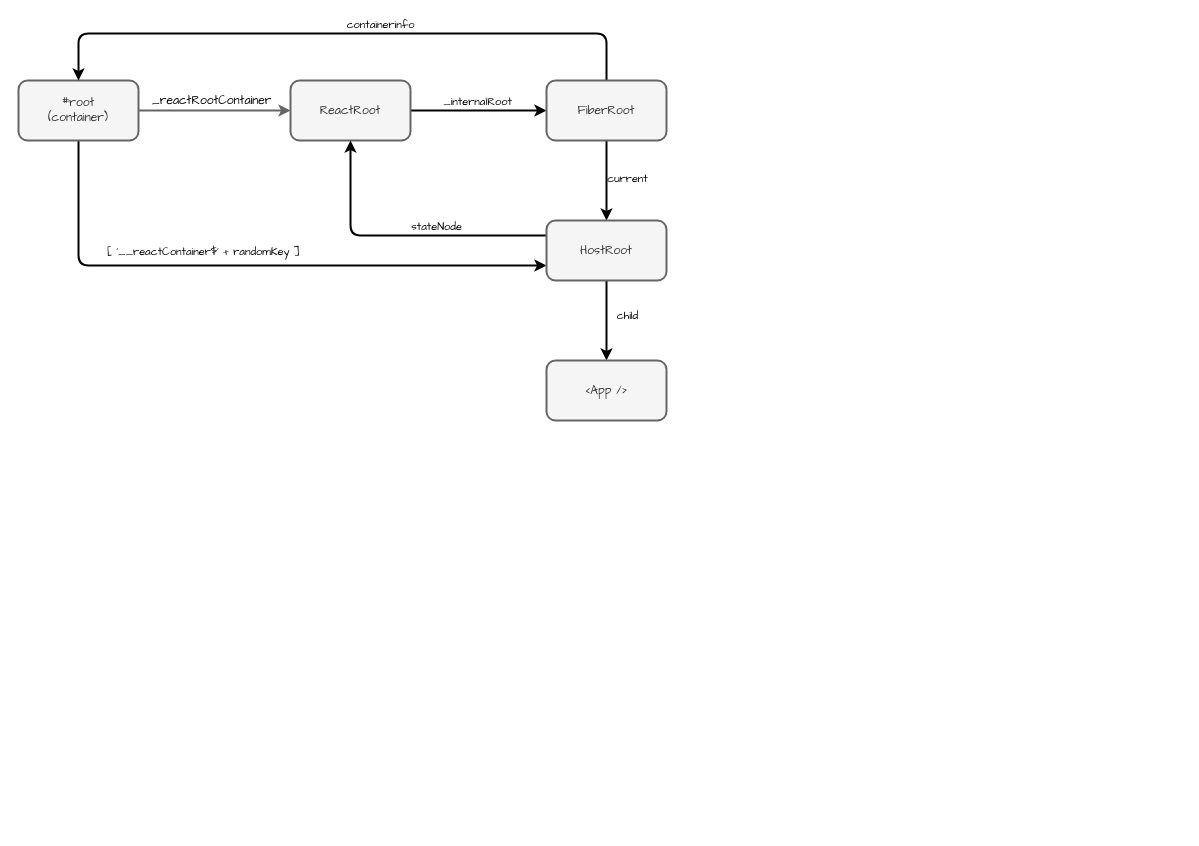
Before: struct.dio in EnjoyNaive/react, a draw.io diagram. Source tidied: cells renumbered, new cells numbered last; positions are measured from the earlier drawing's top-left corner, leaving out a move shared by most shapes. Both pictures are drawn from the tidied source at 100%, with x=0, y=0 at pixel (18, 33).
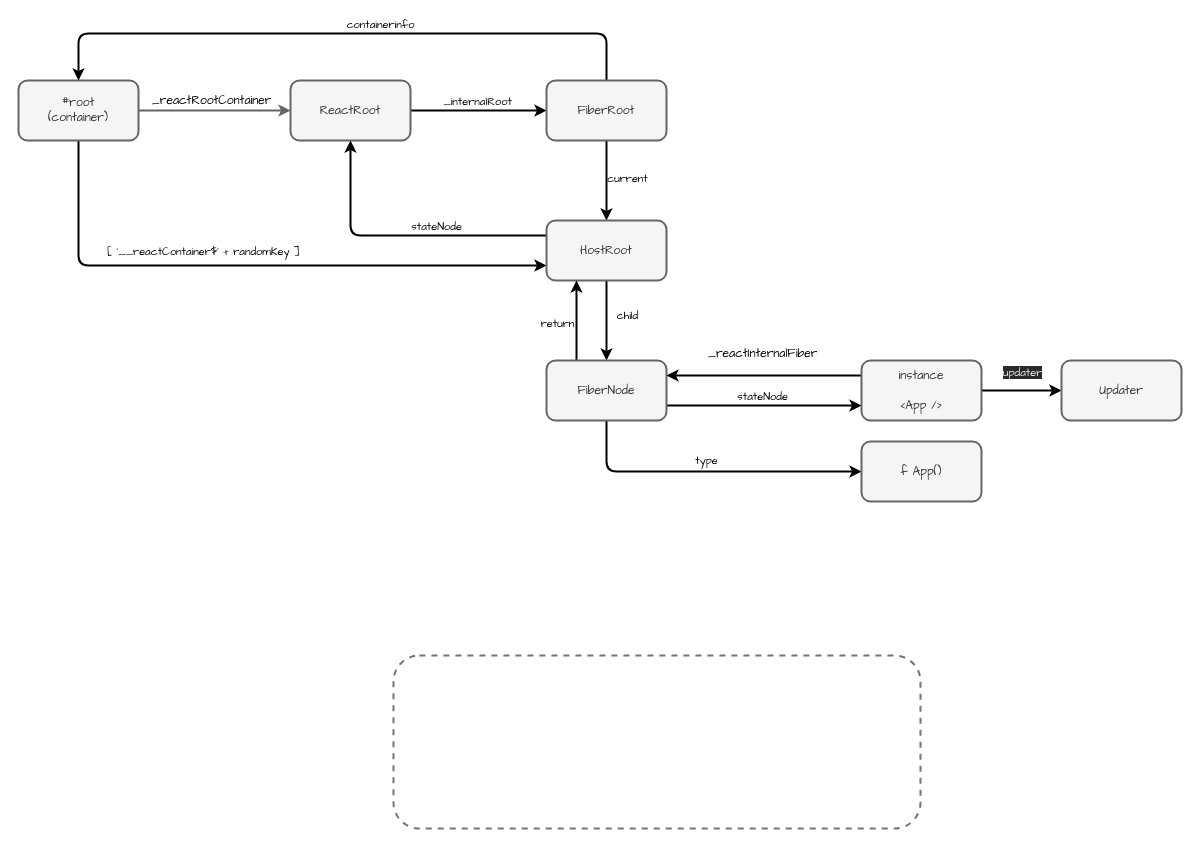
After the change.

Unchanged cells that the change refers to:
```xml
<mxCell id="19" value="&lt;div style=&quot;line-height: 30px&quot;&gt;HostRoot&lt;/div&gt;" style="rounded=1;whiteSpace=wrap;html=1;strokeWidth=2;fillColor=#f5f5f5;strokeColor=#666666;fontColor=#333333;fontFamily=Comic Sans MS;" parent="1" vertex="1">
  <mxGeometry x="528" y="187" width="120" height="60" as="geometry" />
</mxCell>
```

Diff of the diagram source:
```diff
@@
+    <mxCell id="21" style="edgeStyle=orthogonalEdgeStyle;rounded=1;jettySize=auto;html=1;fontFamily=Comic Sans MS;strokeColor=#000000;strokeWidth=2;exitX=1;exitY=0.75;exitDx=0;exitDy=0;entryX=0;entryY=0.75;entryDx=0;entryDy=0;" parent="1" edge="1" source="20" target="28">
+      <mxGeometry relative="1" as="geometry" />
+    </mxCell>
+    <mxCell id="22" value="stateNode" style="edgeLabel;html=1;align=center;verticalAlign=middle;fontFamily=Comic Sans MS;fontColor=#000000;labelBackgroundColor=none;" parent="21" vertex="1">
+      <mxGeometry x="-0.03" y="2" relative="1" as="geometry">
+        <mxPoint y="-8" as="offset" />
+      </mxGeometry>
+    </mxCell>
+    <mxCell id="23" value="return" style="edgeStyle=orthogonalEdgeStyle;jettySize=auto;html=1;exitX=0.25;exitY=0;exitDx=0;exitDy=0;entryX=0.25;entryY=1;entryDx=0;entryDy=0;fontFamily=Comic Sans MS;strokeColor=#000000;fontColor=#000000;fillColor=none;gradientColor=none;labelBackgroundColor=none;strokeWidth=2;" parent="1" edge="1" source="20" target="19">
+      <mxGeometry x="-0.07" y="19" relative="1" as="geometry" />
+    </mxCell>
+    <mxCell id="24" value="type" style="edgeStyle=orthogonalEdgeStyle;jettySize=auto;html=1;labelBackgroundColor=none;strokeColor=#000000;strokeWidth=2;fontFamily=Comic Sans MS;fontColor=#000000;entryX=0;entryY=0.5;entryDx=0;entryDy=0;" parent="1" edge="1" source="20" target="25">
+      <mxGeometry x="-0.01" y="11" relative="1" as="geometry">
+        <Array as="points">
+          <mxPoint x="588" y="438" />
+        </Array>
+      </mxGeometry>
+    </mxCell>
-    <mxCell id="20" value="&lt;div style=&quot;line-height: 30px&quot;&gt;&amp;lt;App /&amp;gt;&lt;/div&gt;" style="rounded=1;whiteSpace=wrap;html=1;strokeWidth=2;fillColor=#f5f5f5;strokeColor=#666666;fontColor=#333333;fontFamily=Comic Sans MS;" parent="1" vertex="1">
+    <mxCell id="20" value="&lt;div style=&quot;line-height: 30px&quot;&gt;FiberNode&lt;/div&gt;" style="rounded=1;whiteSpace=wrap;html=1;strokeWidth=2;fillColor=#f5f5f5;strokeColor=#666666;fontColor=#333333;fontFamily=Comic Sans MS;" parent="1" vertex="1">
       <mxGeometry x="528" y="327" width="120" height="60" as="geometry" />
     </mxCell>
+    <mxCell id="25" value="&lt;div style=&quot;line-height: 30px&quot;&gt;f App()&lt;/div&gt;" style="rounded=1;whiteSpace=wrap;html=1;strokeWidth=2;fillColor=#f5f5f5;strokeColor=#666666;fontColor=#333333;fontFamily=Comic Sans MS;" parent="1" vertex="1">
+      <mxGeometry x="843" y="408" width="120" height="60" as="geometry" />
+    </mxCell>
+    <mxCell id="26" value="&lt;div style=&quot;color: rgb(0 , 0 , 0) ; background-color: rgb(255 , 255 , 255) ; font-size: 12px ; line-height: 30px&quot;&gt;_reactInternalFiber&lt;/div&gt;" style="edgeStyle=orthogonalEdgeStyle;rounded=1;jettySize=auto;html=1;exitX=0;exitY=0.25;exitDx=0;exitDy=0;entryX=1;entryY=0.25;entryDx=0;entryDy=0;fontFamily=Comic Sans MS;strokeColor=#000000;strokeWidth=2;" parent="1" edge="1" source="28" target="20">
+      <mxGeometry x="0.02" y="-22" relative="1" as="geometry">
+        <Array as="points">
+          <mxPoint x="744" y="342" />
+          <mxPoint x="744" y="342" />
+        </Array>
+      </mxGeometry>
+    </mxCell>
+    <mxCell id="27" value="updater" style="edgeStyle=orthogonalEdgeStyle;rounded=1;jettySize=auto;html=1;strokeColor=#000000;strokeWidth=2;labelBackgroundColor=#2a2a2a;fontColor=#f0f0f0;fontFamily=Comic Sans MS;" parent="1" edge="1" source="28" target="29">
+      <mxGeometry x="0.03" y="18" relative="1" as="geometry" />
+    </mxCell>
+    <mxCell id="28" value="&lt;div style=&quot;line-height: 30px&quot;&gt;instance&lt;/div&gt;&lt;div style=&quot;line-height: 30px&quot;&gt;&amp;lt;App /&amp;gt;&lt;/div&gt;" style="rounded=1;whiteSpace=wrap;html=1;strokeWidth=2;fillColor=#f5f5f5;strokeColor=#666666;fontColor=#333333;fontFamily=Comic Sans MS;" parent="1" vertex="1">
+      <mxGeometry x="843" y="327" width="120" height="60" as="geometry" />
+    </mxCell>
+    <mxCell id="29" value="&lt;div style=&quot;line-height: 30px&quot;&gt;Updater&lt;/div&gt;" style="rounded=1;whiteSpace=wrap;html=1;strokeWidth=2;fillColor=#f5f5f5;strokeColor=#666666;fontColor=#333333;fontFamily=Comic Sans MS;" parent="1" vertex="1">
+      <mxGeometry x="1043" y="327" width="120" height="60" as="geometry" />
+    </mxCell>
+    <mxCell id="30" style="rounded=1;whiteSpace=wrap;html=1;dashed=1;fillColor=none;strokeWidth=2;strokeColor=#757575;" parent="1" vertex="1">
+      <mxGeometry x="375" y="622" width="527" height="173" as="geometry" />
+    </mxCell>
```
